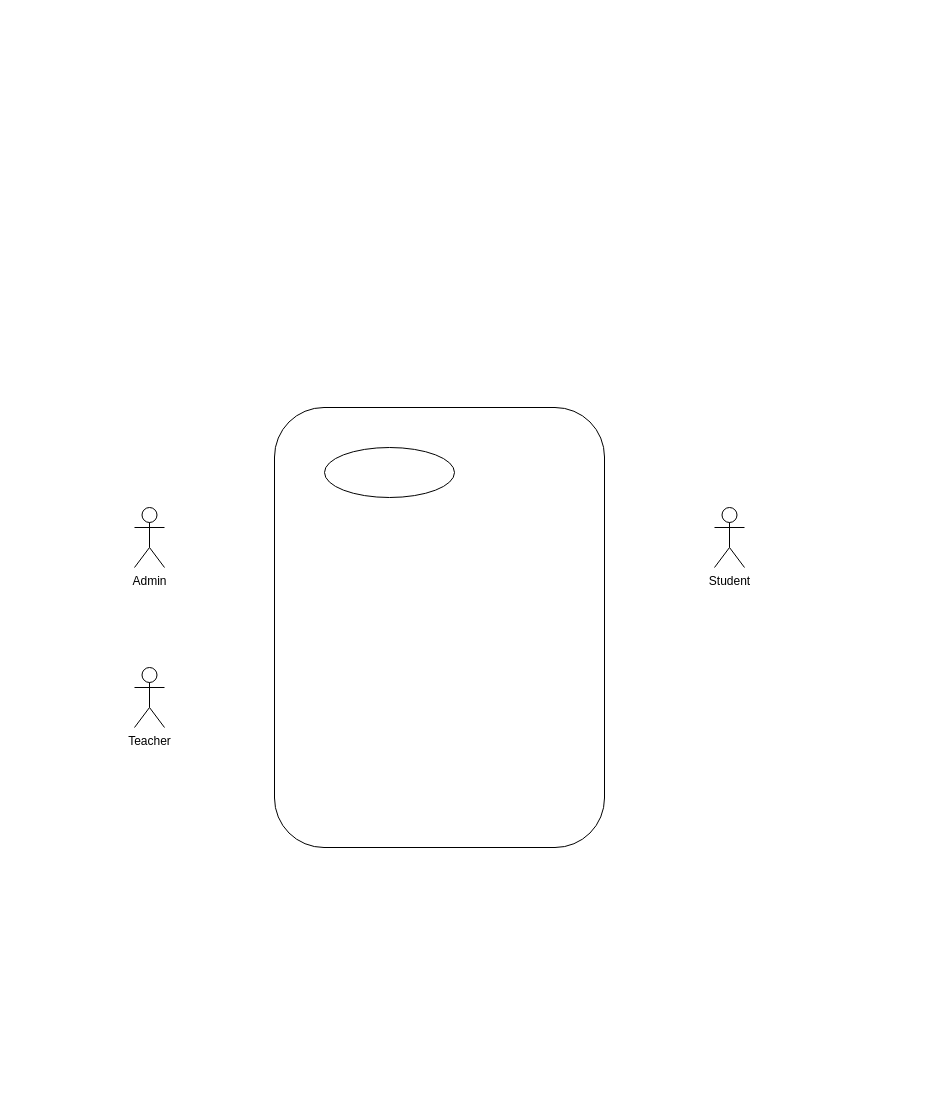
Before: usecasediagram.drawio in krxgq/SubmiTheses, a draw.io diagram. Source tidied: cells renumbered, new cells numbered last; positions are measured from the earlier drawing's top-left corner, leaving out a move shared by most shapes. Both pictures are drawn from the tidied source at 100%, with x=0, y=0 at pixel (134, 407).
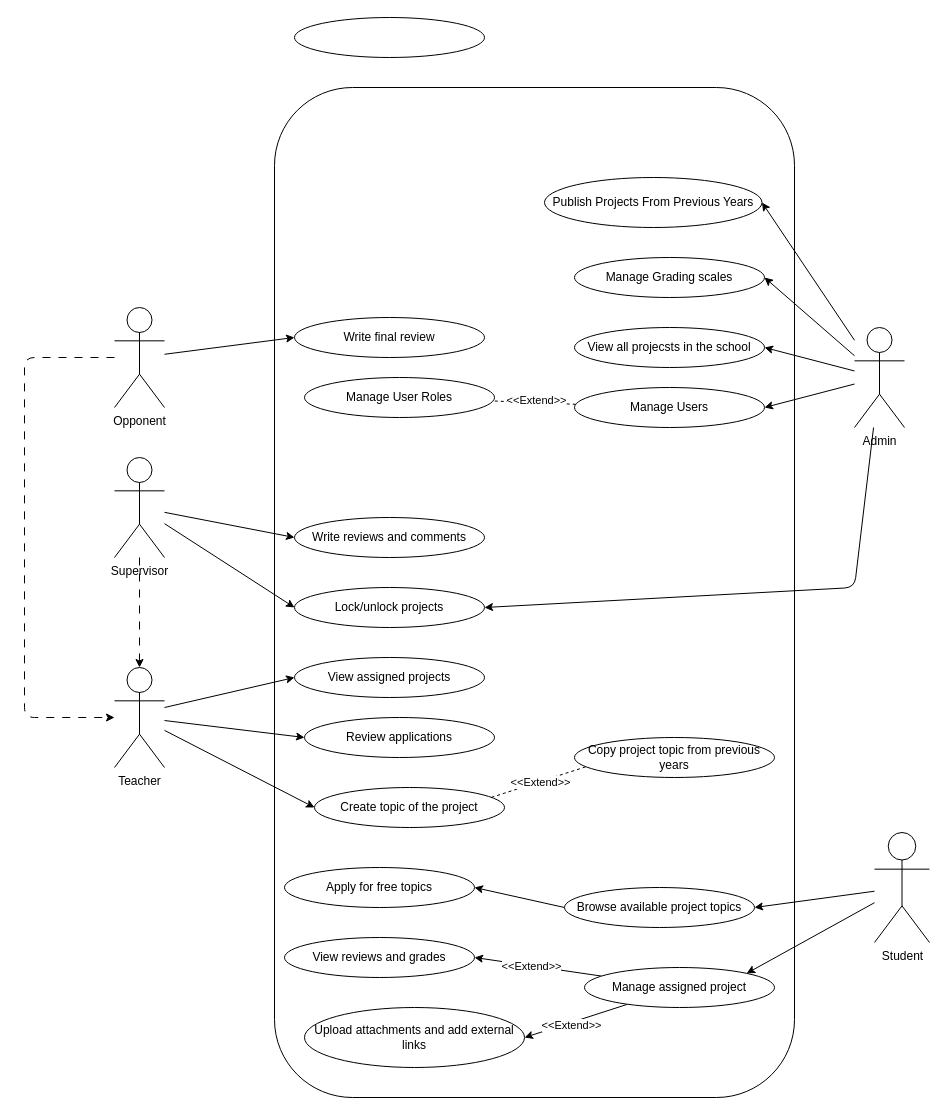
Above is the later version.

The edit, as a diff of the source:
```diff
@@
+    <mxCell id="5" style="rounded=1;whiteSpace=wrap;html=1;fontStyle=2;" parent="1" vertex="1">
+      <mxGeometry x="140" y="-320" width="520" height="1010" as="geometry" />
+    </mxCell>
+    <mxCell id="7" style="edgeStyle=none;html=1;entryX=1;entryY=0.5;entryDx=0;entryDy=0;" parent="1" edge="1" source="2" target="42">
+      <mxGeometry relative="1" as="geometry">
+        <Array as="points">
+          <mxPoint x="720" y="180" />
+        </Array>
+      </mxGeometry>
+    </mxCell>
+    <mxCell id="8" style="edgeStyle=none;html=1;entryX=1;entryY=0.5;entryDx=0;entryDy=0;" parent="1" edge="1" source="2" target="46">
+      <mxGeometry relative="1" as="geometry" />
+    </mxCell>
+    <mxCell id="9" style="edgeStyle=none;html=1;entryX=1;entryY=0.5;entryDx=0;entryDy=0;" parent="1" edge="1" source="2" target="47">
+      <mxGeometry relative="1" as="geometry" />
+    </mxCell>
+    <mxCell id="10" style="edgeStyle=none;html=1;entryX=1;entryY=0.5;entryDx=0;entryDy=0;" parent="1" edge="1" source="2" target="48">
+      <mxGeometry relative="1" as="geometry" />
+    </mxCell>
+    <mxCell id="11" style="edgeStyle=none;html=1;entryX=1;entryY=0.5;entryDx=0;entryDy=0;" parent="1" edge="1" source="2" target="33">
+      <mxGeometry relative="1" as="geometry" />
+    </mxCell>
     <mxCell id="2" value="Admin" style="shape=umlActor;verticalLabelPosition=bottom;verticalAlign=top;html=1;outlineConnect=0;" parent="1" vertex="1">
-      <mxGeometry y="100" width="30" height="60" as="geometry" />
+      <mxGeometry x="720" y="-80" width="50" height="100" as="geometry" />
     </mxCell>
+    <mxCell id="12" style="edgeStyle=none;html=1;entryX=0;entryY=0.5;entryDx=0;entryDy=0;" parent="1" edge="1" source="3" target="26">
+      <mxGeometry relative="1" as="geometry" />
+    </mxCell>
+    <mxCell id="13" style="edgeStyle=none;html=1;entryX=0;entryY=0.5;entryDx=0;entryDy=0;" parent="1" edge="1" source="3" target="27">
+      <mxGeometry relative="1" as="geometry" />
+    </mxCell>
+    <mxCell id="14" style="edgeStyle=none;html=1;dashed=1;dashPattern=8 8;" parent="1" edge="1" source="36" target="3">
+      <mxGeometry relative="1" as="geometry" />
+    </mxCell>
+    <mxCell id="15" style="edgeStyle=none;html=1;dashed=1;dashPattern=8 8;" parent="1" edge="1" source="39" target="3">
+      <mxGeometry relative="1" as="geometry">
+        <Array as="points">
+          <mxPoint x="-110" y="-50" />
+          <mxPoint x="-110" y="310" />
+        </Array>
+      </mxGeometry>
+    </mxCell>
     <mxCell id="3" value="Teacher" style="shape=umlActor;verticalLabelPosition=bottom;verticalAlign=top;html=1;outlineConnect=0;" parent="1" vertex="1">
-      <mxGeometry y="260" width="30" height="60" as="geometry" />
+      <mxGeometry x="-20" y="260" width="50" height="100" as="geometry" />
     </mxCell>
+    <mxCell id="16" style="edgeStyle=none;html=1;entryX=1;entryY=0.5;entryDx=0;entryDy=0;" parent="1" edge="1" source="4" target="29">
+      <mxGeometry relative="1" as="geometry" />
+    </mxCell>
     <mxCell id="4" value="Student&lt;div&gt;&lt;br&gt;&lt;/div&gt;" style="shape=umlActor;verticalLabelPosition=bottom;verticalAlign=top;html=1;outlineConnect=0;" parent="1" vertex="1">
-      <mxGeometry x="580" y="100" width="30" height="60" as="geometry" />
+      <mxGeometry x="740" y="425" width="55" height="110" as="geometry" />
     </mxCell>
-    <mxCell id="5" style="rounded=1;whiteSpace=wrap;html=1;" parent="1" vertex="1">
-      <mxGeometry x="140" width="330" height="440" as="geometry" />
-    </mxCell>
-    <mxCell id="6" style="ellipse;whiteSpace=wrap;html=1;" parent="1" vertex="1">
-      <mxGeometry x="190" y="40" width="130" height="50" as="geometry" />
-    </mxCell>
+    <mxCell id="17" style="edgeStyle=none;html=1;entryX=1;entryY=0.5;entryDx=0;entryDy=0;" parent="1" edge="1" source="21" target="22">
+      <mxGeometry relative="1" as="geometry" />
+    </mxCell>
+    <mxCell id="18" value="&amp;lt;&amp;lt;Extend&amp;gt;&amp;gt;" style="edgeLabel;html=1;align=center;verticalAlign=middle;" parent="17" vertex="1">
+      <mxGeometry x="0.11" y="2" relative="1" as="geometry" />
+    </mxCell>
+    <mxCell id="19" style="edgeStyle=none;html=1;entryX=1;entryY=0.5;entryDx=0;entryDy=0;" parent="1" edge="1" source="21" target="25">
+      <mxGeometry relative="1" as="geometry" />
+    </mxCell>
+    <mxCell id="20" value="&amp;lt;&amp;lt;Extend&amp;gt;&amp;gt;" style="edgeLabel;html=1;align=center;verticalAlign=middle;" parent="19" vertex="1">
+      <mxGeometry x="0.1" relative="1" as="geometry" />
+    </mxCell>
+    <mxCell id="21" value="Manage assigned project" style="ellipse;whiteSpace=wrap;html=1;" parent="1" vertex="1">
+      <mxGeometry x="450" y="560" width="190" height="40" as="geometry" />
+    </mxCell>
+    <mxCell id="22" value="Upload attachments and add external links" style="ellipse;whiteSpace=wrap;html=1;" parent="1" vertex="1">
+      <mxGeometry x="170" y="600" width="220" height="60" as="geometry" />
+    </mxCell>
+    <mxCell id="23" value="Apply for free topics" style="ellipse;whiteSpace=wrap;html=1;" parent="1" vertex="1">
+      <mxGeometry x="150" y="460" width="190" height="40" as="geometry" />
+    </mxCell>
+    <mxCell id="24" style="edgeStyle=none;html=1;entryX=1;entryY=0;entryDx=0;entryDy=0;" parent="1" edge="1" source="4" target="21">
+      <mxGeometry relative="1" as="geometry" />
+    </mxCell>
+    <mxCell id="25" value="View reviews and grades" style="ellipse;whiteSpace=wrap;html=1;" parent="1" vertex="1">
+      <mxGeometry x="150" y="530" width="190" height="40" as="geometry" />
+    </mxCell>
+    <mxCell id="26" value="Create topic of the project" style="ellipse;whiteSpace=wrap;html=1;" parent="1" vertex="1">
+      <mxGeometry x="180" y="380" width="190" height="40" as="geometry" />
+    </mxCell>
+    <mxCell id="27" value="Review applications" style="ellipse;whiteSpace=wrap;html=1;" parent="1" vertex="1">
+      <mxGeometry x="170" y="310" width="190" height="40" as="geometry" />
+    </mxCell>
+    <mxCell id="28" style="edgeStyle=none;html=1;exitX=0;exitY=0.5;exitDx=0;exitDy=0;entryX=1;entryY=0.5;entryDx=0;entryDy=0;" parent="1" edge="1" source="29" target="23">
+      <mxGeometry relative="1" as="geometry" />
+    </mxCell>
+    <mxCell id="29" value="Browse available project topics" style="ellipse;whiteSpace=wrap;html=1;" parent="1" vertex="1">
+      <mxGeometry x="430" y="480" width="190" height="40" as="geometry" />
+    </mxCell>
+    <mxCell id="30" style="edgeStyle=none;html=1;entryX=0.931;entryY=0.247;entryDx=0;entryDy=0;entryPerimeter=0;exitX=0.084;exitY=0.688;exitDx=0;exitDy=0;exitPerimeter=0;endArrow=none;endFill=0;dashed=1;" parent="1" edge="1" source="32" target="26">
+      <mxGeometry relative="1" as="geometry" />
+    </mxCell>
+    <mxCell id="31" value="&amp;lt;&amp;lt;Extend&amp;gt;&amp;gt;" style="edgeLabel;html=1;align=center;verticalAlign=middle;" parent="30" vertex="1">
+      <mxGeometry x="0.03" relative="1" as="geometry" />
+    </mxCell>
+    <mxCell id="32" value="Copy project topic from previous years" style="ellipse;whiteSpace=wrap;html=1;" parent="1" vertex="1">
+      <mxGeometry x="440" y="330" width="200" height="40" as="geometry" />
+    </mxCell>
+    <mxCell id="33" value="View all projecsts in the school" style="ellipse;whiteSpace=wrap;html=1;" parent="1" vertex="1">
+      <mxGeometry x="440" y="-80" width="190" height="40" as="geometry" />
+    </mxCell>
+    <mxCell id="34" value="Write final review" style="ellipse;whiteSpace=wrap;html=1;" parent="1" vertex="1">
+      <mxGeometry x="160" y="-90" width="190" height="40" as="geometry" />
+    </mxCell>
+    <mxCell id="35" style="edgeStyle=none;html=1;entryX=0;entryY=0.5;entryDx=0;entryDy=0;" parent="1" edge="1" source="36" target="42">
+      <mxGeometry relative="1" as="geometry" />
+    </mxCell>
+    <mxCell id="36" value="Supervisor" style="shape=umlActor;verticalLabelPosition=bottom;verticalAlign=top;html=1;outlineConnect=0;" parent="1" vertex="1">
+      <mxGeometry x="-20" y="50" width="50" height="100" as="geometry" />
+    </mxCell>
+    <mxCell id="37" style="edgeStyle=none;html=1;entryX=0;entryY=0.5;entryDx=0;entryDy=0;" parent="1" edge="1" target="41">
+      <mxGeometry relative="1" as="geometry">
+        <mxPoint x="30" y="300" as="sourcePoint" />
+      </mxGeometry>
+    </mxCell>
+    <mxCell id="38" style="edgeStyle=none;html=1;entryX=0;entryY=0.5;entryDx=0;entryDy=0;" parent="1" edge="1" source="39" target="34">
+      <mxGeometry relative="1" as="geometry" />
+    </mxCell>
+    <mxCell id="39" value="Opponent" style="shape=umlActor;verticalLabelPosition=bottom;verticalAlign=top;html=1;outlineConnect=0;" parent="1" vertex="1">
+      <mxGeometry x="-20" y="-100" width="50" height="100" as="geometry" />
+    </mxCell>
+    <mxCell id="40" style="ellipse;whiteSpace=wrap;html=1;" parent="1" vertex="1">
+      <mxGeometry x="160" y="-390" width="190" height="40" as="geometry" />
+    </mxCell>
+    <mxCell id="41" value="View assigned projects" style="ellipse;whiteSpace=wrap;html=1;" parent="1" vertex="1">
+      <mxGeometry x="160" y="250" width="190" height="40" as="geometry" />
+    </mxCell>
+    <mxCell id="42" value="Lock/unlock projects" style="ellipse;whiteSpace=wrap;html=1;" parent="1" vertex="1">
+      <mxGeometry x="160" y="180" width="190" height="40" as="geometry" />
+    </mxCell>
+    <mxCell id="43" value="Manage User Roles" style="ellipse;whiteSpace=wrap;html=1;" parent="1" vertex="1">
+      <mxGeometry x="170" y="-30" width="190" height="40" as="geometry" />
+    </mxCell>
+    <mxCell id="44" style="edgeStyle=none;html=1;endArrow=none;endFill=0;dashed=1;" parent="1" edge="1" source="46" target="43">
+      <mxGeometry relative="1" as="geometry" />
+    </mxCell>
+    <mxCell id="45" value="&amp;lt;&amp;lt;Extend&amp;gt;&amp;gt;" style="edgeLabel;html=1;align=center;verticalAlign=middle;" parent="44" vertex="1">
+      <mxGeometry x="-0.04" y="-3" relative="1" as="geometry" />
+    </mxCell>
+    <mxCell id="46" value="Manage Users" style="ellipse;whiteSpace=wrap;html=1;" parent="1" vertex="1">
+      <mxGeometry x="440" y="-20" width="190" height="40" as="geometry" />
+    </mxCell>
+    <mxCell id="47" value="Publish Projects From Previous Years" style="ellipse;whiteSpace=wrap;html=1;" parent="1" vertex="1">
+      <mxGeometry x="410" y="-230" width="217.5" height="50" as="geometry" />
+    </mxCell>
+    <mxCell id="48" value="Manage Grading scales" style="ellipse;whiteSpace=wrap;html=1;" parent="1" vertex="1">
+      <mxGeometry x="440" y="-150" width="190" height="40" as="geometry" />
+    </mxCell>
+    <mxCell id="49" style="endArrow=classic;html=1;entryX=0;entryY=0.5;entryDx=0;entryDy=0;" parent="1" edge="1" source="36" target="50">
+      <mxGeometry relative="1" as="geometry" />
+    </mxCell>
+    <mxCell id="50" value="Write reviews and comments" style="ellipse;whiteSpace=wrap;html=1;" parent="1" vertex="1">
+      <mxGeometry x="160" y="110" width="190" height="40" as="geometry" />
+    </mxCell>
```
